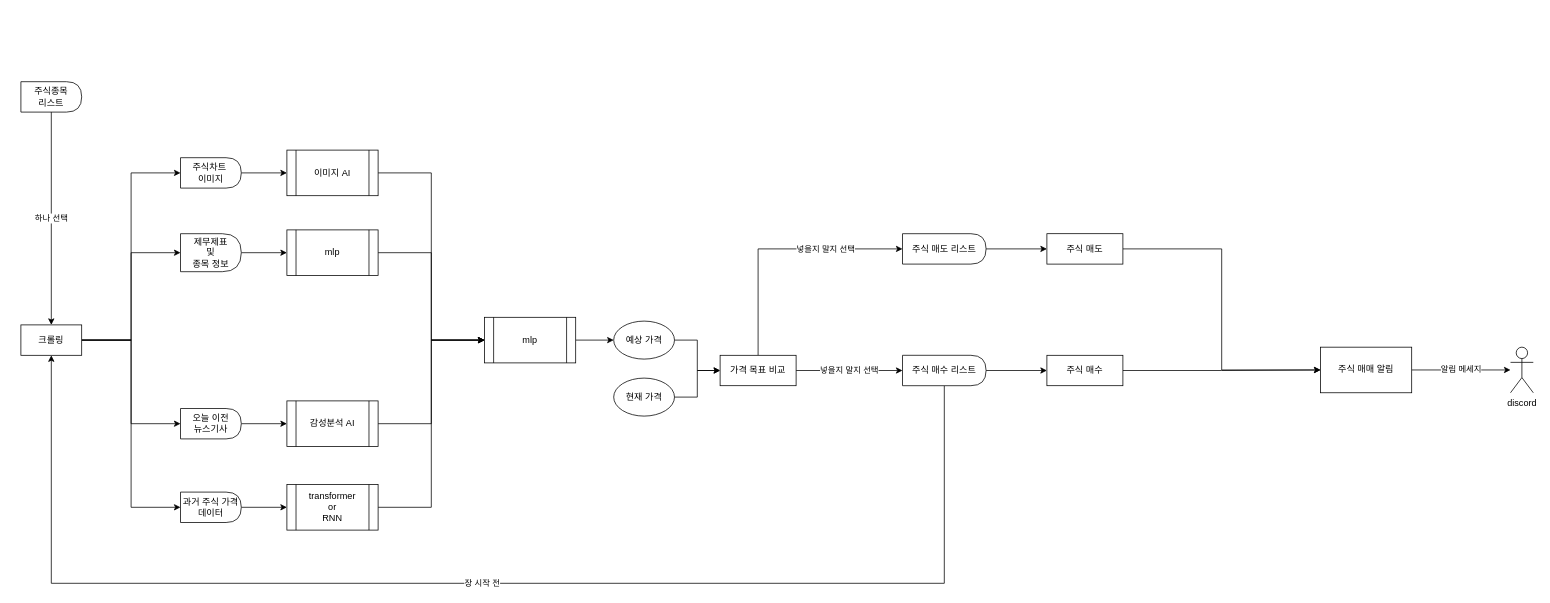
srejis/stock_auto keeps this draw.io diagram as page "프로그램 전체 흐름도" (1 of 2) of 주식자동매매.drawio. Above is the earlier version. Source tidied: cells renumbered, new cells numbered last; positions are measured from the earlier drawing's top-left corner, leaving out a move shared by most shapes. Both pictures are drawn from the tidied source at 76%, with x=0, y=0 at pixel (21, 81).
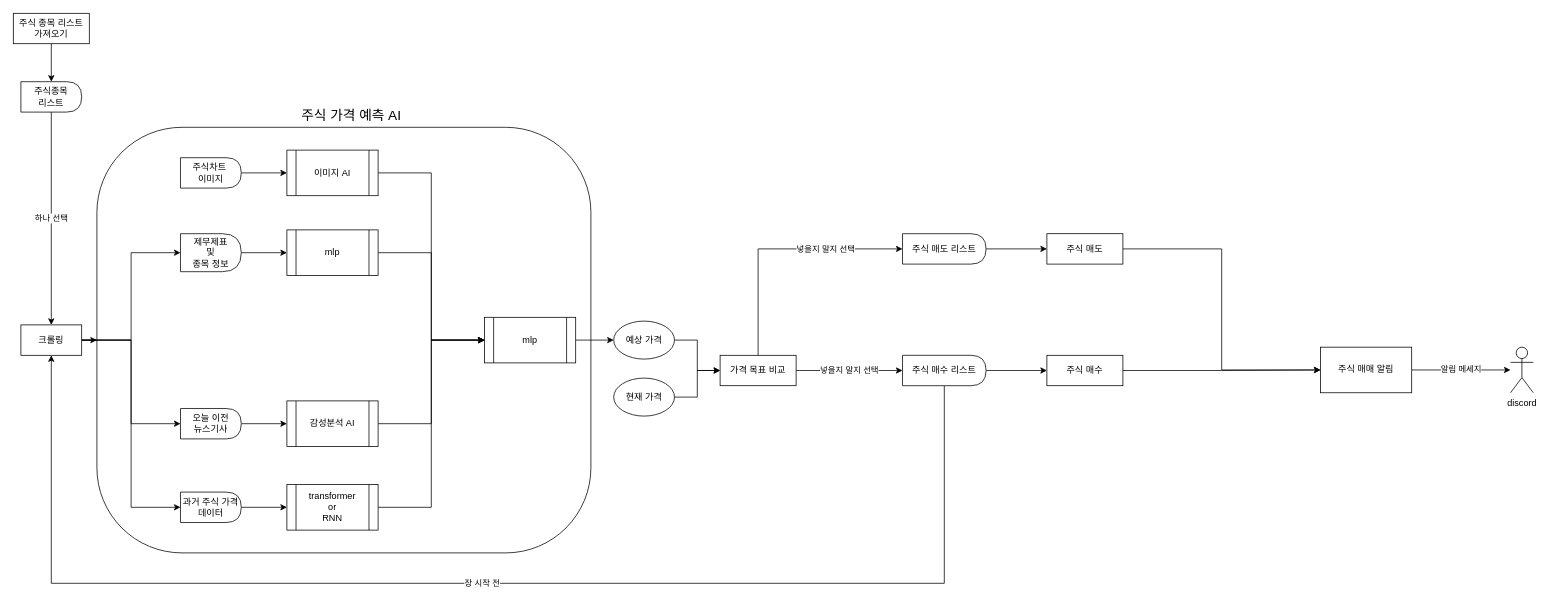
The same page after the edit.

Commit message:
주식자동매매.drawio 업데이트

The change refers to these unchanged cells:
```xml
<mxCell id="7" value="주식종목&lt;div&gt;리스트&lt;/div&gt;" style="shape=delay;whiteSpace=wrap;html=1;" parent="1" vertex="1">
  <mxGeometry width="80" height="40" as="geometry" />
</mxCell>
<mxCell id="11" value="주식차트&amp;nbsp;&lt;div&gt;이미지&lt;/div&gt;" style="shape=delay;whiteSpace=wrap;html=1;" parent="1" vertex="1">
  <mxGeometry x="210" y="100" width="80" height="40" as="geometry" />
</mxCell>
<mxCell id="30" value="크롤링" style="rounded=0;whiteSpace=wrap;html=1;" parent="1" vertex="1">
  <mxGeometry y="320" width="80" height="40" as="geometry" />
</mxCell>
```

Diff of the diagram source:
```diff
@@
+    <mxCell id="47" style="rounded=1;whiteSpace=wrap;html=1;arcSize=20;" parent="1" vertex="1">
+      <mxGeometry x="100" y="60" width="650" height="560" as="geometry" />
+    </mxCell>
@@
-    <mxCell id="27" style="edgeStyle=orthogonalEdgeStyle;rounded=0;jettySize=auto;html=1;exitX=1;exitY=0.5;exitDx=0;exitDy=0;entryX=0;entryY=0.5;entryDx=0;entryDy=0;" parent="1" edge="1" source="30" target="11">
-      <mxGeometry relative="1" as="geometry" />
-    </mxCell>
@@
+    <mxCell id="48" style="edgeStyle=orthogonalEdgeStyle;rounded=0;jettySize=auto;html=1;exitX=1;exitY=0.5;exitDx=0;exitDy=0;entryX=0;entryY=0.5;entryDx=0;entryDy=0;" parent="1" edge="1" source="30" target="47">
+      <mxGeometry relative="1" as="geometry" />
+    </mxCell>
+    <mxCell id="49" value="&lt;font style=&quot;font-size: 18px;&quot;&gt;주식 가격 예측 AI&lt;/font&gt;" style="text;html=1;align=center;verticalAlign=middle;whiteSpace=wrap;rounded=0;" parent="1" vertex="1">
+      <mxGeometry x="350" y="30" width="170" height="30" as="geometry" />
+    </mxCell>
+    <mxCell id="50" style="edgeStyle=orthogonalEdgeStyle;rounded=0;jettySize=auto;html=1;exitX=0.5;exitY=1;exitDx=0;exitDy=0;entryX=0.5;entryY=0;entryDx=0;entryDy=0;" parent="1" edge="1" source="51" target="7">
+      <mxGeometry relative="1" as="geometry" />
+    </mxCell>
+    <mxCell id="51" value="주식 종목 리스트 가져오기" style="rounded=0;whiteSpace=wrap;html=1;" parent="1" vertex="1">
+      <mxGeometry x="-10" y="-90" width="100" height="40" as="geometry" />
+    </mxCell>
```
